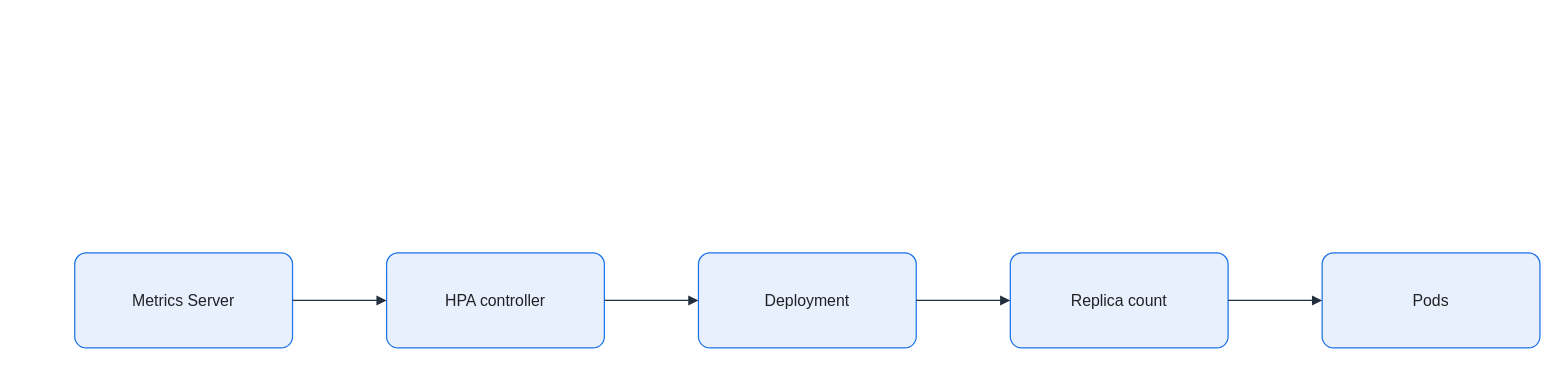
Before: assets/img/kubernetes/horizontal-pod-autoscaling.drawio in KKamJi98/kkamji98.github.io, a draw.io diagram. Source tidied: cells renumbered, new cells numbered last; positions are measured from the earlier drawing's top-left corner, leaving out a move shared by most shapes. Both pictures are drawn from the tidied source at 99%, with x=0, y=0 at pixel (74, 252).
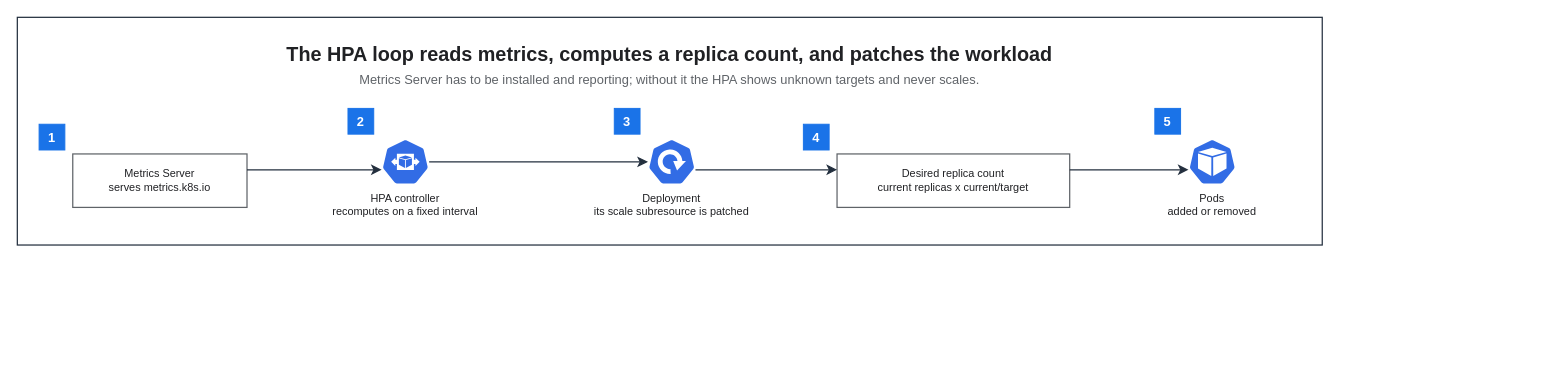
The same diagram, later.

The edit, as a diff of the source:
```diff
@@
 <mxGraphModel background="#FFFFFF">
   <root>
     <mxCell id="0" />
     <mxCell id="1" parent="0" />
-    <mxCell id="2" value="Metrics Server" style="rounded=1;arcSize=12;whiteSpace=wrap;html=0;fillColor=#E8F0FE;strokeColor=#1A73E8;strokeWidth=1.25;fontColor=#202124;fontSize=16;align=center;verticalAlign=middle;spacing=8;shadow=0;" parent="1" vertex="1">
-      <mxGeometry width="220" height="96" as="geometry" />
-    </mxCell>
-    <mxCell id="3" value="HPA controller" style="rounded=1;arcSize=12;whiteSpace=wrap;html=0;fillColor=#E8F0FE;strokeColor=#1A73E8;strokeWidth=1.25;fontColor=#202124;fontSize=16;align=center;verticalAlign=middle;spacing=8;shadow=0;" parent="1" vertex="1">
-      <mxGeometry x="315" width="220" height="96" as="geometry" />
-    </mxCell>
-    <mxCell id="4" value="Deployment" style="rounded=1;arcSize=12;whiteSpace=wrap;html=0;fillColor=#E8F0FE;strokeColor=#1A73E8;strokeWidth=1.25;fontColor=#202124;fontSize=16;align=center;verticalAlign=middle;spacing=8;shadow=0;" parent="1" vertex="1">
-      <mxGeometry x="630" width="220" height="96" as="geometry" />
-    </mxCell>
-    <mxCell id="5" value="Replica count" style="rounded=1;arcSize=12;whiteSpace=wrap;html=0;fillColor=#E8F0FE;strokeColor=#1A73E8;strokeWidth=1.25;fontColor=#202124;fontSize=16;align=center;verticalAlign=middle;spacing=8;shadow=0;" parent="1" vertex="1">
-      <mxGeometry x="945" width="220" height="96" as="geometry" />
-    </mxCell>
-    <mxCell id="6" value="Pods" style="rounded=1;arcSize=12;whiteSpace=wrap;html=0;fillColor=#E8F0FE;strokeColor=#1A73E8;strokeWidth=1.25;fontColor=#202124;fontSize=16;align=center;verticalAlign=middle;spacing=8;shadow=0;" parent="1" vertex="1">
-      <mxGeometry x="1260" width="220" height="96" as="geometry" />
-    </mxCell>
-    <mxCell id="7" style="edgeStyle=orthogonalEdgeStyle;rounded=0;jettySize=auto;html=0;endArrow=block;endFill=1;strokeColor=#232F3E;strokeWidth=1.25;fontColor=#202124;labelBackgroundColor=none;exitX=1;exitY=0.5;exitDx=0;exitDy=0;entryX=0;entryY=0.5;entryDx=0;entryDy=0;endSize=7;" parent="1" edge="1" source="2" target="3">
-      <mxGeometry relative="1" as="geometry" />
-    </mxCell>
-    <mxCell id="8" style="edgeStyle=orthogonalEdgeStyle;rounded=0;jettySize=auto;html=0;endArrow=block;endFill=1;strokeColor=#232F3E;strokeWidth=1.25;fontColor=#202124;labelBackgroundColor=none;exitX=1;exitY=0.5;exitDx=0;exitDy=0;entryX=0;entryY=0.5;entryDx=0;entryDy=0;endSize=7;" parent="1" edge="1" source="3" target="4">
-      <mxGeometry relative="1" as="geometry" />
-    </mxCell>
-    <mxCell id="9" style="edgeStyle=orthogonalEdgeStyle;rounded=0;jettySize=auto;html=0;endArrow=block;endFill=1;strokeColor=#232F3E;strokeWidth=1.25;fontColor=#202124;labelBackgroundColor=none;exitX=1;exitY=0.5;exitDx=0;exitDy=0;entryX=0;entryY=0.5;entryDx=0;entryDy=0;endSize=7;" parent="1" edge="1" source="4" target="5">
-      <mxGeometry relative="1" as="geometry" />
-    </mxCell>
-    <mxCell id="10" style="edgeStyle=orthogonalEdgeStyle;rounded=0;jettySize=auto;html=0;endArrow=block;endFill=1;strokeColor=#232F3E;strokeWidth=1.25;fontColor=#202124;labelBackgroundColor=none;exitX=1;exitY=0.5;exitDx=0;exitDy=0;entryX=0;entryY=0.5;entryDx=0;entryDy=0;endSize=7;" parent="1" edge="1" source="5" target="6">
-      <mxGeometry relative="1" as="geometry" />
-    </mxCell>
+    <mxCell id="11" style="rounded=0;html=0;fillColor=none;strokeColor=#232F3E;fontColor=#202124;strokeWidth=1.25;" parent="1" vertex="1">
+      <mxGeometry x="-58" y="-238" width="1318.1" height="230" as="geometry" />
+    </mxCell>
+    <mxCell id="12" value="The HPA loop reads metrics, computes a replica count, and patches the workload" style="text;html=0;whiteSpace=wrap;fillColor=none;strokeColor=none;fontColor=#202124;fontSize=20;fontStyle=1;align=center;verticalAlign=middle;" parent="1" vertex="1">
+      <mxGeometry x="-36" y="-216" width="1274.1" height="30" as="geometry" />
+    </mxCell>
+    <mxCell id="13" value="Metrics Server has to be installed and reporting; without it the HPA shows unknown targets and never scales." style="text;html=0;whiteSpace=wrap;fillColor=none;strokeColor=none;fontColor=#5F6368;fontSize=13;fontStyle=0;align=center;verticalAlign=middle;" parent="1" vertex="1">
+      <mxGeometry x="-36" y="-186" width="1274.1" height="22" as="geometry" />
+    </mxCell>
+    <mxCell id="14" value="Metrics Server&#10;serves metrics.k8s.io" style="rounded=0;whiteSpace=wrap;html=0;fillColor=#FFFFFF;strokeColor=#5F6368;fontColor=#202124;fontSize=11;fontStyle=0;align=center;verticalAlign=middle;spacingLeft=6;spacingRight=6;strokeWidth=1.25;" parent="1" vertex="1">
+      <mxGeometry x="-2" y="-100" width="176" height="54" as="geometry" />
+    </mxCell>
+    <mxCell id="15" value="HPA controller&#10;recomputes on a fixed interval" style="sketch=0;outlineConnect=0;gradientColor=none;html=0;whiteSpace=nowrap;fontSize=11;fontStyle=0;fontColor=#202124;verticalLabelPosition=bottom;verticalAlign=top;align=center;labelBackgroundColor=none;fillColor=#326CE5;strokeColor=none;dashed=0;shape=mxgraph.kubernetes.icon;prIcon=hpa;" parent="1" vertex="1">
+      <mxGeometry x="310" y="-116" width="48" height="48" as="geometry" />
+    </mxCell>
+    <mxCell id="16" value="Deployment&#10;its scale subresource is patched" style="sketch=0;outlineConnect=0;gradientColor=none;html=0;whiteSpace=nowrap;fontSize=11;fontStyle=0;fontColor=#202124;verticalLabelPosition=bottom;verticalAlign=top;align=center;labelBackgroundColor=none;fillColor=#326CE5;strokeColor=none;dashed=0;shape=mxgraph.kubernetes.icon;prIcon=deploy;" parent="1" vertex="1">
+      <mxGeometry x="579" y="-116" width="48" height="48" as="geometry" />
+    </mxCell>
+    <mxCell id="17" value="Desired replica count&#10;current replicas x current/target" style="rounded=0;whiteSpace=wrap;html=0;fillColor=#FFFFFF;strokeColor=#5F6368;fontColor=#202124;fontSize=11;fontStyle=0;align=center;verticalAlign=middle;spacingLeft=6;spacingRight=6;strokeWidth=1.25;" parent="1" vertex="1">
+      <mxGeometry x="770" y="-100" width="235" height="54" as="geometry" />
+    </mxCell>
+    <mxCell id="18" value="Pods&#10;added or removed" style="sketch=0;outlineConnect=0;gradientColor=none;html=0;whiteSpace=nowrap;fontSize=11;fontStyle=0;fontColor=#202124;verticalLabelPosition=bottom;verticalAlign=top;align=center;labelBackgroundColor=none;fillColor=#326CE5;strokeColor=none;dashed=0;shape=mxgraph.kubernetes.icon;prIcon=pod;" parent="1" vertex="1">
+      <mxGeometry x="1125" y="-116" width="48" height="48" as="geometry" />
+    </mxCell>
+    <mxCell id="19" value="1" style="rounded=0;whiteSpace=wrap;html=0;fillColor=#1A73E8;strokeColor=#1A73E8;fontColor=#FFFFFF;fontSize=13;fontStyle=1;align=center;verticalAlign=middle;" parent="1" vertex="1">
+      <mxGeometry x="-36" y="-130" width="26" height="26" as="geometry" />
+    </mxCell>
+    <mxCell id="20" value="2" style="rounded=0;whiteSpace=wrap;html=0;fillColor=#1A73E8;strokeColor=#1A73E8;fontColor=#FFFFFF;fontSize=13;fontStyle=1;align=center;verticalAlign=middle;" parent="1" vertex="1">
+      <mxGeometry x="276" y="-146" width="26" height="26" as="geometry" />
+    </mxCell>
+    <mxCell id="21" value="3" style="rounded=0;whiteSpace=wrap;html=0;fillColor=#1A73E8;strokeColor=#1A73E8;fontColor=#FFFFFF;fontSize=13;fontStyle=1;align=center;verticalAlign=middle;" parent="1" vertex="1">
+      <mxGeometry x="545" y="-146" width="26" height="26" as="geometry" />
+    </mxCell>
+    <mxCell id="22" value="4" style="rounded=0;whiteSpace=wrap;html=0;fillColor=#1A73E8;strokeColor=#1A73E8;fontColor=#FFFFFF;fontSize=13;fontStyle=1;align=center;verticalAlign=middle;" parent="1" vertex="1">
+      <mxGeometry x="736" y="-130" width="26" height="26" as="geometry" />
+    </mxCell>
+    <mxCell id="23" value="5" style="rounded=0;whiteSpace=wrap;html=0;fillColor=#1A73E8;strokeColor=#1A73E8;fontColor=#FFFFFF;fontSize=13;fontStyle=1;align=center;verticalAlign=middle;" parent="1" vertex="1">
+      <mxGeometry x="1091" y="-146" width="26" height="26" as="geometry" />
+    </mxCell>
+    <mxCell id="24" style="edgeStyle=orthogonalEdgeStyle;rounded=0;html=0;strokeColor=#232F3E;strokeWidth=1.25;endArrow=classic;endFill=1;endSize=7;fontSize=11;fontColor=#202124;labelBackgroundColor=none;jettySize=14;exitX=1;exitY=0.2963;entryX=0;entryY=0.6667;exitDx=0;exitDy=0;entryDx=0;entryDy=0;" parent="1" edge="1" source="14" target="15">
+      <mxGeometry relative="1" as="geometry" />
+    </mxCell>
+    <mxCell id="25" style="edgeStyle=orthogonalEdgeStyle;rounded=0;html=0;strokeColor=#232F3E;strokeWidth=1.25;endArrow=classic;endFill=1;endSize=7;fontSize=11;fontColor=#202124;labelBackgroundColor=none;jettySize=14;exitX=1;exitY=0.5;entryX=0;entryY=0.5;exitDx=0;exitDy=0;entryDx=0;entryDy=0;" parent="1" edge="1" source="15" target="16">
+      <mxGeometry relative="1" as="geometry" />
+    </mxCell>
+    <mxCell id="26" style="edgeStyle=orthogonalEdgeStyle;rounded=0;html=0;strokeColor=#232F3E;strokeWidth=1.25;endArrow=classic;endFill=1;endSize=7;fontSize=11;fontColor=#202124;labelBackgroundColor=none;jettySize=14;exitX=1;exitY=0.6667;entryX=0;entryY=0.2963;exitDx=0;exitDy=0;entryDx=0;entryDy=0;" parent="1" edge="1" source="16" target="17">
+      <mxGeometry relative="1" as="geometry" />
+    </mxCell>
+    <mxCell id="27" style="edgeStyle=orthogonalEdgeStyle;rounded=0;html=0;strokeColor=#232F3E;strokeWidth=1.25;endArrow=classic;endFill=1;endSize=7;fontSize=11;fontColor=#202124;labelBackgroundColor=none;jettySize=14;exitX=1;exitY=0.2963;entryX=0;entryY=0.6667;exitDx=0;exitDy=0;entryDx=0;entryDy=0;" parent="1" edge="1" source="17" target="18">
+      <mxGeometry relative="1" as="geometry" />
+    </mxCell>
   </root>
 </mxGraphModel>
```
